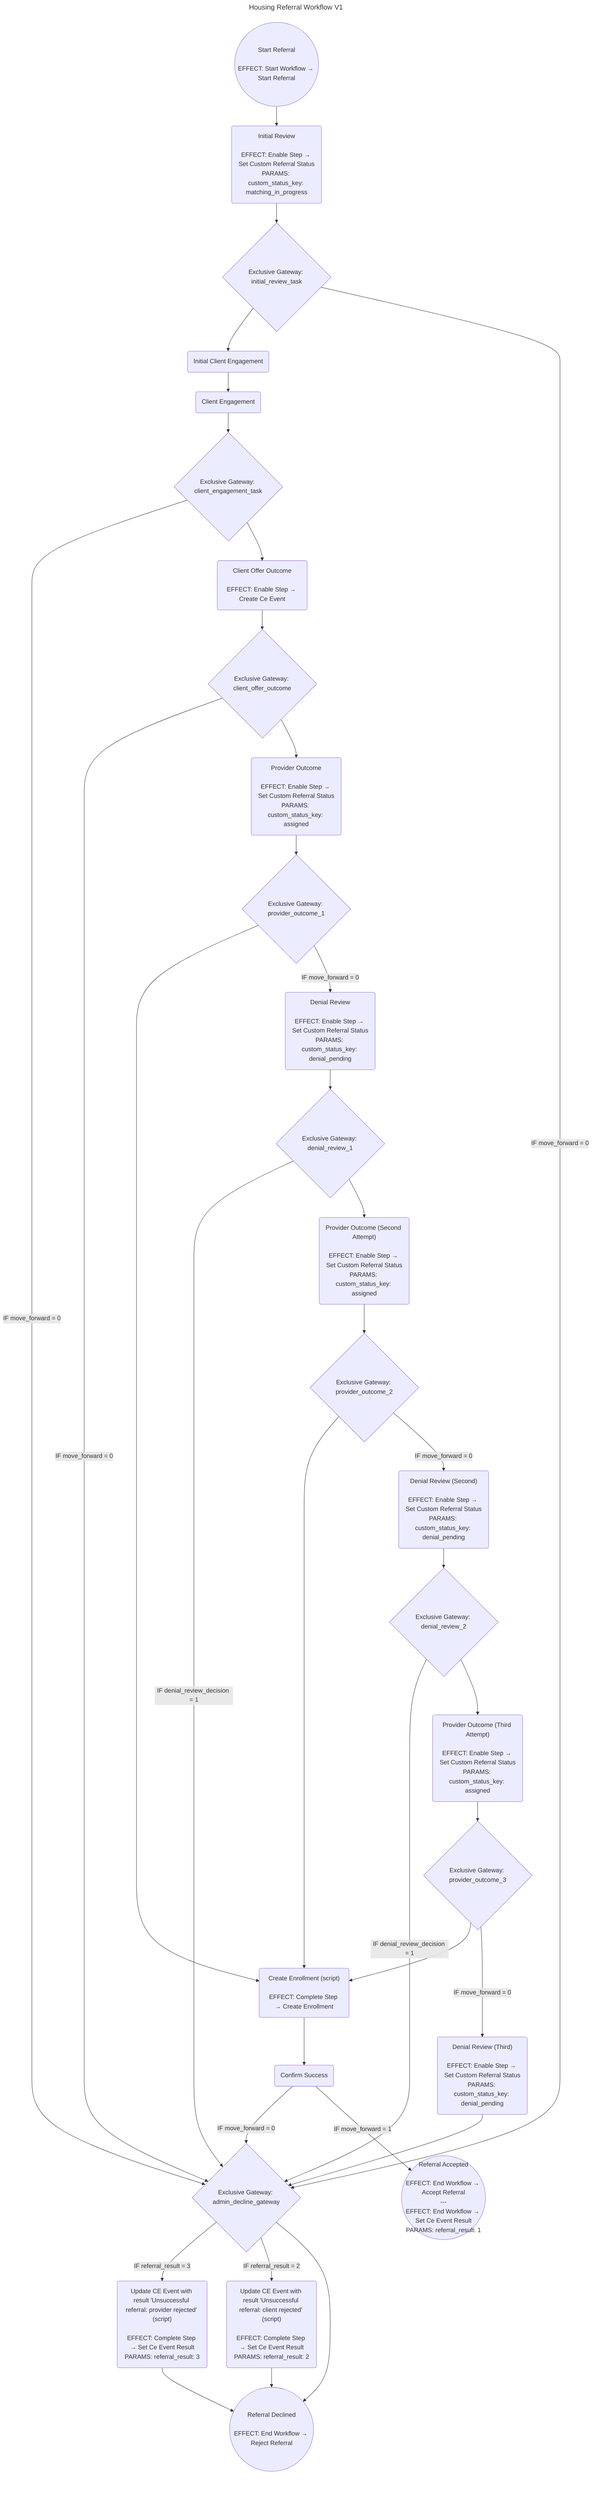
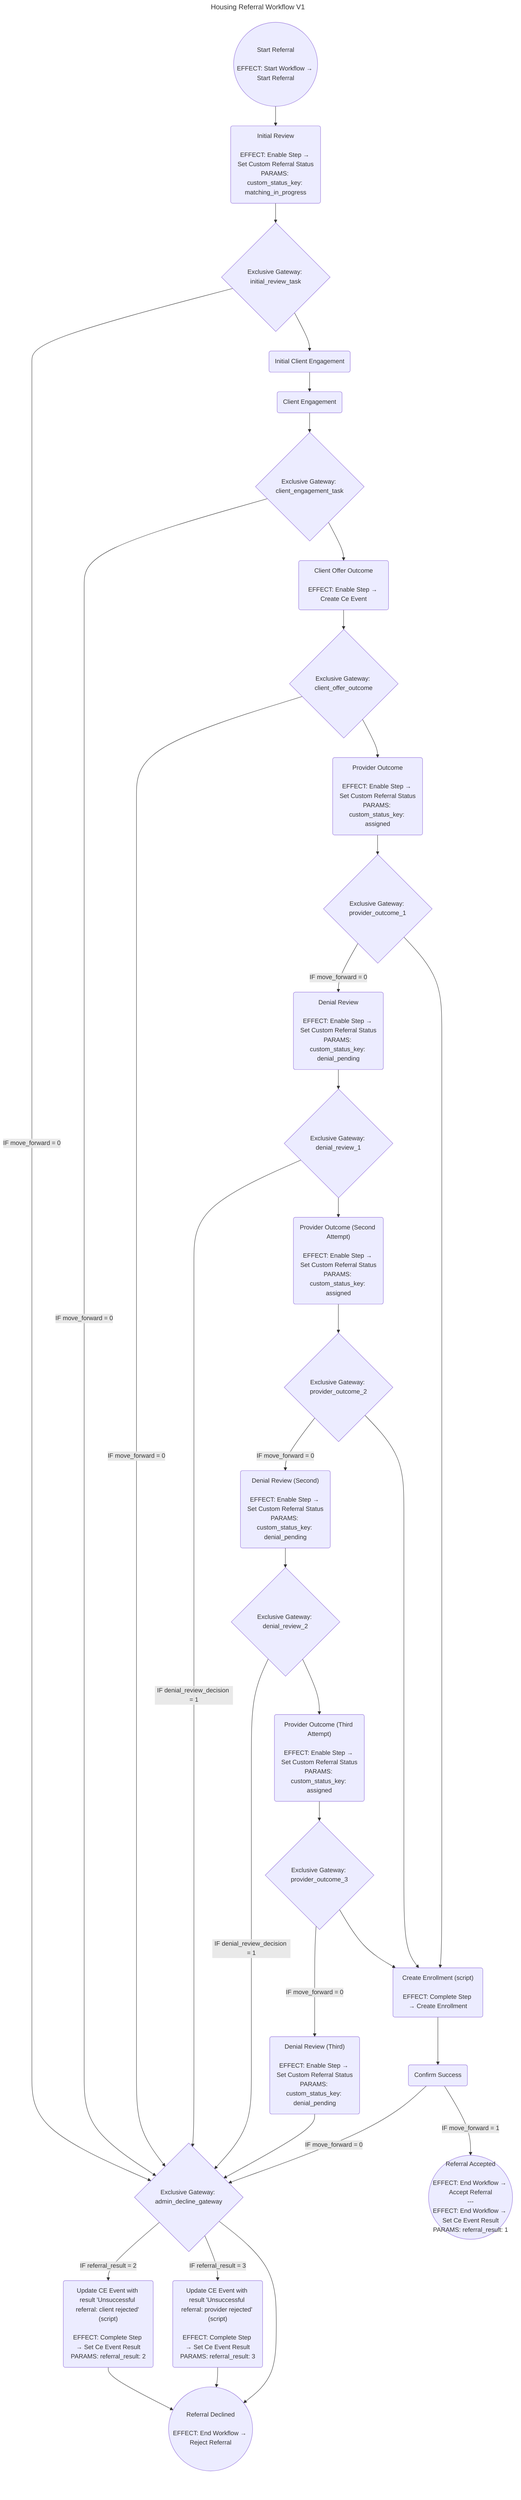
---
title: Housing Referral Workflow V1
---
flowchart TD
- start_referral_1860(("Start Referral<br/><br/>EFFECT: Start Workflow → Start Referral"))
- start_referral_1860--> initial_review_1861
- initial_review_1861("Initial Review<br/><br/>EFFECT: Enable Step → Set Custom Referral Status<br/>PARAMS: custom_status_key: matching_in_progress")
- initial_review_1861--> exclusive_gateway_initial_review_task_1878
- exclusive_gateway_initial_review_task_1878{"Exclusive Gateway: initial_review_task"}
- exclusive_gateway_initial_review_task_1878--> initial_client_engagement_1862
- exclusive_gateway_initial_review_task_1878-- IF move_forward = 0 --> exclusive_gateway_admin_decline_gateway_1877
- exclusive_gateway_admin_decline_gateway_1877{"Exclusive Gateway: admin_decline_gateway"}
- exclusive_gateway_denial_review_2_1885-- IF denial_review_decision = 1 --> exclusive_gateway_admin_decline_gateway_1877
- denial_review_third_1873--> exclusive_gateway_admin_decline_gateway_1877
- confirm_success_1874-- IF move_forward = 0 --> exclusive_gateway_admin_decline_gateway_1877
- exclusive_gateway_client_engagement_task_1879-- IF move_forward = 0 --> exclusive_gateway_admin_decline_gateway_1877
- exclusive_gateway_client_offer_outcome_1880-- IF move_forward = 0 --> exclusive_gateway_admin_decline_gateway_1877
- exclusive_gateway_denial_review_1_1884-- IF denial_review_decision = 1 --> exclusive_gateway_admin_decline_gateway_1877
- exclusive_gateway_admin_decline_gateway_1877-- IF referral_result = 3 --> update_ce_event_with_result_unsuccessful_referral_provider_rejected_1868
- exclusive_gateway_admin_decline_gateway_1877-- IF referral_result = 2 --> update_ce_event_with_result_unsuccessful_referral_client_rejected_1869
- exclusive_gateway_admin_decline_gateway_1877--> referral_declined_1876
- update_ce_event_with_result_unsuccessful_referral_client_rejected_1869("Update CE Event with result 'Unsuccessful referral: client rejected' (script)<br/><br/>EFFECT: Complete Step → Set Ce Event Result<br/>PARAMS: referral_result: 2")
- update_ce_event_with_result_unsuccessful_referral_client_rejected_1869--> referral_declined_1876
- referral_declined_1876(("Referral Declined<br/><br/>EFFECT: End Workflow → Reject Referral"))
- update_ce_event_with_result_unsuccessful_referral_provider_rejected_1868--> referral_declined_1876
- update_ce_event_with_result_unsuccessful_referral_provider_rejected_1868("Update CE Event with result 'Unsuccessful referral: provider rejected' (script)<br/><br/>EFFECT: Complete Step → Set Ce Event Result<br/>PARAMS: referral_result: 3")
- initial_client_engagement_1862("Initial Client Engagement")
- initial_client_engagement_1862--> client_engagement_1863
- client_engagement_1863("Client Engagement")
- client_engagement_1863--> exclusive_gateway_client_engagement_task_1879
- exclusive_gateway_client_engagement_task_1879{"Exclusive Gateway: client_engagement_task"}
- exclusive_gateway_client_engagement_task_1879--> client_offer_outcome_1864
- client_offer_outcome_1864("Client Offer Outcome<br/><br/>EFFECT: Enable Step → Create Ce Event")
- client_offer_outcome_1864--> exclusive_gateway_client_offer_outcome_1880
- exclusive_gateway_client_offer_outcome_1880{"Exclusive Gateway: client_offer_outcome"}
- exclusive_gateway_client_offer_outcome_1880--> provider_outcome_1865
- provider_outcome_1865("Provider Outcome<br/><br/>EFFECT: Enable Step → Set Custom Referral Status<br/>PARAMS: custom_status_key: assigned")
- provider_outcome_1865--> exclusive_gateway_provider_outcome_1_1881
- exclusive_gateway_provider_outcome_1_1881{"Exclusive Gateway: provider_outcome_1"}
- exclusive_gateway_provider_outcome_1_1881--> create_enrollment_1870
- exclusive_gateway_provider_outcome_1_1881-- IF move_forward = 0 --> denial_review_1871
- denial_review_1871("Denial Review<br/><br/>EFFECT: Enable Step → Set Custom Referral Status<br/>PARAMS: custom_status_key: denial_pending")
- denial_review_1871--> exclusive_gateway_denial_review_1_1884
- exclusive_gateway_denial_review_1_1884{"Exclusive Gateway: denial_review_1"}
- exclusive_gateway_denial_review_1_1884--> provider_outcome_second_attempt_1866
- provider_outcome_second_attempt_1866("Provider Outcome (Second Attempt)<br/><br/>EFFECT: Enable Step → Set Custom Referral Status<br/>PARAMS: custom_status_key: assigned")
- provider_outcome_second_attempt_1866--> exclusive_gateway_provider_outcome_2_1882
- exclusive_gateway_provider_outcome_2_1882{"Exclusive Gateway: provider_outcome_2"}
- exclusive_gateway_provider_outcome_2_1882--> create_enrollment_1870
- exclusive_gateway_provider_outcome_2_1882-- IF move_forward = 0 --> denial_review_second_1872
- denial_review_second_1872("Denial Review (Second)<br/><br/>EFFECT: Enable Step → Set Custom Referral Status<br/>PARAMS: custom_status_key: denial_pending")
- denial_review_second_1872--> exclusive_gateway_denial_review_2_1885
- exclusive_gateway_denial_review_2_1885{"Exclusive Gateway: denial_review_2"}
- exclusive_gateway_denial_review_2_1885--> provider_outcome_third_attempt_1867
- provider_outcome_third_attempt_1867("Provider Outcome (Third Attempt)<br/><br/>EFFECT: Enable Step → Set Custom Referral Status<br/>PARAMS: custom_status_key: assigned")
- provider_outcome_third_attempt_1867--> exclusive_gateway_provider_outcome_3_1883
- exclusive_gateway_provider_outcome_3_1883{"Exclusive Gateway: provider_outcome_3"}
- exclusive_gateway_provider_outcome_3_1883--> create_enrollment_1870
- exclusive_gateway_provider_outcome_3_1883-- IF move_forward = 0 --> denial_review_third_1873
- denial_review_third_1873("Denial Review (Third)<br/><br/>EFFECT: Enable Step → Set Custom Referral Status<br/>PARAMS: custom_status_key: denial_pending")
- create_enrollment_1870("Create Enrollment (script)<br/><br/>EFFECT: Complete Step → Create Enrollment")
- create_enrollment_1870--> confirm_success_1874
- confirm_success_1874("Confirm Success")
- confirm_success_1874-- IF move_forward = 1 --> referral_accepted_1875
- referral_accepted_1875(("Referral Accepted<br/><br/>EFFECT: End Workflow → Accept Referral<br/>---<br/>EFFECT: End Workflow → Set Ce Event Result<br/>PARAMS: referral_result: 1"))+ start_referral_1949(("Start Referral<br/><br/>EFFECT: Start Workflow → Start Referral"))
+ start_referral_1949--> initial_review_1950
+ initial_review_1950("Initial Review<br/><br/>EFFECT: Enable Step → Set Custom Referral Status<br/>PARAMS: custom_status_key: matching_in_progress")
+ initial_review_1950--> exclusive_gateway_initial_review_task_1967
+ exclusive_gateway_initial_review_task_1967{"Exclusive Gateway: initial_review_task"}
+ exclusive_gateway_initial_review_task_1967-- IF move_forward = 0 --> exclusive_gateway_admin_decline_gateway_1966
+ exclusive_gateway_initial_review_task_1967--> initial_client_engagement_1951
+ exclusive_gateway_admin_decline_gateway_1966{"Exclusive Gateway: admin_decline_gateway"}
+ exclusive_gateway_client_engagement_task_1968-- IF move_forward = 0 --> exclusive_gateway_admin_decline_gateway_1966
+ exclusive_gateway_client_offer_outcome_1969-- IF move_forward = 0 --> exclusive_gateway_admin_decline_gateway_1966
+ exclusive_gateway_denial_review_1_1973-- IF denial_review_decision = 1 --> exclusive_gateway_admin_decline_gateway_1966
+ exclusive_gateway_denial_review_2_1974-- IF denial_review_decision = 1 --> exclusive_gateway_admin_decline_gateway_1966
+ denial_review_third_1962--> exclusive_gateway_admin_decline_gateway_1966
+ confirm_success_1963-- IF move_forward = 0 --> exclusive_gateway_admin_decline_gateway_1966
+ exclusive_gateway_admin_decline_gateway_1966-- IF referral_result = 2 --> update_ce_event_with_result_unsuccessful_referral_client_rejected_1958
+ exclusive_gateway_admin_decline_gateway_1966-- IF referral_result = 3 --> update_ce_event_with_result_unsuccessful_referral_provider_rejected_1957
+ exclusive_gateway_admin_decline_gateway_1966--> referral_declined_1965
+ update_ce_event_with_result_unsuccessful_referral_client_rejected_1958("Update CE Event with result 'Unsuccessful referral: client rejected' (script)<br/><br/>EFFECT: Complete Step → Set Ce Event Result<br/>PARAMS: referral_result: 2")
+ update_ce_event_with_result_unsuccessful_referral_client_rejected_1958--> referral_declined_1965
+ referral_declined_1965(("Referral Declined<br/><br/>EFFECT: End Workflow → Reject Referral"))
+ update_ce_event_with_result_unsuccessful_referral_provider_rejected_1957--> referral_declined_1965
+ update_ce_event_with_result_unsuccessful_referral_provider_rejected_1957("Update CE Event with result 'Unsuccessful referral: provider rejected' (script)<br/><br/>EFFECT: Complete Step → Set Ce Event Result<br/>PARAMS: referral_result: 3")
+ initial_client_engagement_1951("Initial Client Engagement")
+ initial_client_engagement_1951--> client_engagement_1952
+ client_engagement_1952("Client Engagement")
+ client_engagement_1952--> exclusive_gateway_client_engagement_task_1968
+ exclusive_gateway_client_engagement_task_1968{"Exclusive Gateway: client_engagement_task"}
+ exclusive_gateway_client_engagement_task_1968--> client_offer_outcome_1953
+ client_offer_outcome_1953("Client Offer Outcome<br/><br/>EFFECT: Enable Step → Create Ce Event")
+ client_offer_outcome_1953--> exclusive_gateway_client_offer_outcome_1969
+ exclusive_gateway_client_offer_outcome_1969{"Exclusive Gateway: client_offer_outcome"}
+ exclusive_gateway_client_offer_outcome_1969--> provider_outcome_1954
+ provider_outcome_1954("Provider Outcome<br/><br/>EFFECT: Enable Step → Set Custom Referral Status<br/>PARAMS: custom_status_key: assigned")
+ provider_outcome_1954--> exclusive_gateway_provider_outcome_1_1970
+ exclusive_gateway_provider_outcome_1_1970{"Exclusive Gateway: provider_outcome_1"}
+ exclusive_gateway_provider_outcome_1_1970-- IF move_forward = 0 --> denial_review_1960
+ exclusive_gateway_provider_outcome_1_1970--> create_enrollment_1959
+ denial_review_1960("Denial Review<br/><br/>EFFECT: Enable Step → Set Custom Referral Status<br/>PARAMS: custom_status_key: denial_pending")
+ denial_review_1960--> exclusive_gateway_denial_review_1_1973
+ exclusive_gateway_denial_review_1_1973{"Exclusive Gateway: denial_review_1"}
+ exclusive_gateway_denial_review_1_1973--> provider_outcome_second_attempt_1955
+ provider_outcome_second_attempt_1955("Provider Outcome (Second Attempt)<br/><br/>EFFECT: Enable Step → Set Custom Referral Status<br/>PARAMS: custom_status_key: assigned")
+ provider_outcome_second_attempt_1955--> exclusive_gateway_provider_outcome_2_1971
+ exclusive_gateway_provider_outcome_2_1971{"Exclusive Gateway: provider_outcome_2"}
+ exclusive_gateway_provider_outcome_2_1971-- IF move_forward = 0 --> denial_review_second_1961
+ exclusive_gateway_provider_outcome_2_1971--> create_enrollment_1959
+ denial_review_second_1961("Denial Review (Second)<br/><br/>EFFECT: Enable Step → Set Custom Referral Status<br/>PARAMS: custom_status_key: denial_pending")
+ denial_review_second_1961--> exclusive_gateway_denial_review_2_1974
+ exclusive_gateway_denial_review_2_1974{"Exclusive Gateway: denial_review_2"}
+ exclusive_gateway_denial_review_2_1974--> provider_outcome_third_attempt_1956
+ provider_outcome_third_attempt_1956("Provider Outcome (Third Attempt)<br/><br/>EFFECT: Enable Step → Set Custom Referral Status<br/>PARAMS: custom_status_key: assigned")
+ provider_outcome_third_attempt_1956--> exclusive_gateway_provider_outcome_3_1972
+ exclusive_gateway_provider_outcome_3_1972{"Exclusive Gateway: provider_outcome_3"}
+ exclusive_gateway_provider_outcome_3_1972-- IF move_forward = 0 --> denial_review_third_1962
+ exclusive_gateway_provider_outcome_3_1972--> create_enrollment_1959
+ denial_review_third_1962("Denial Review (Third)<br/><br/>EFFECT: Enable Step → Set Custom Referral Status<br/>PARAMS: custom_status_key: denial_pending")
+ create_enrollment_1959("Create Enrollment (script)<br/><br/>EFFECT: Complete Step → Create Enrollment")
+ create_enrollment_1959--> confirm_success_1963
+ confirm_success_1963("Confirm Success")
+ confirm_success_1963-- IF move_forward = 1 --> referral_accepted_1964
+ referral_accepted_1964(("Referral Accepted<br/><br/>EFFECT: End Workflow → Accept Referral<br/>---<br/>EFFECT: End Workflow → Set Ce Event Result<br/>PARAMS: referral_result: 1"))